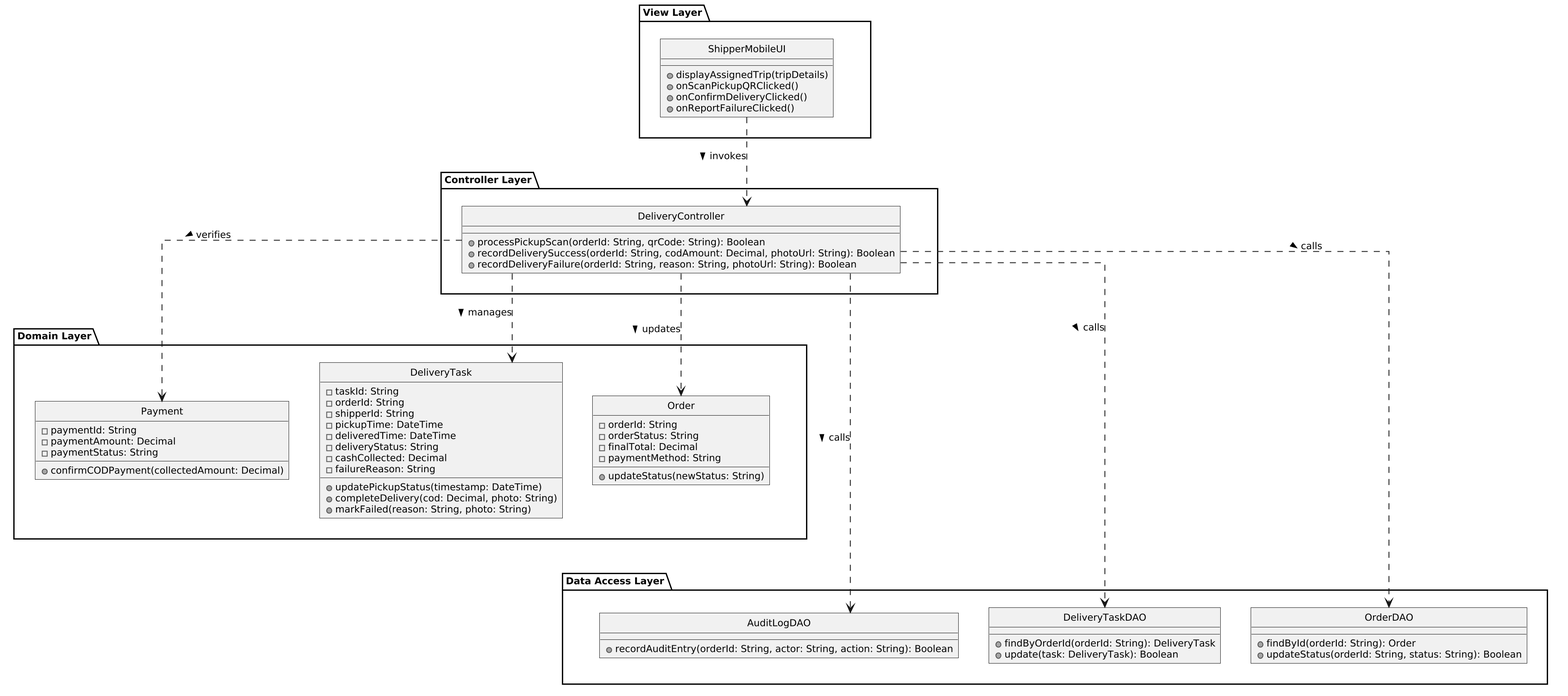
Earlier version of the PlantUML export Part_2/image_Tuu/UC10_3Layer_Design_Class.png (DoQuocTrung06/SaigonBite-RAD-TeamF10).
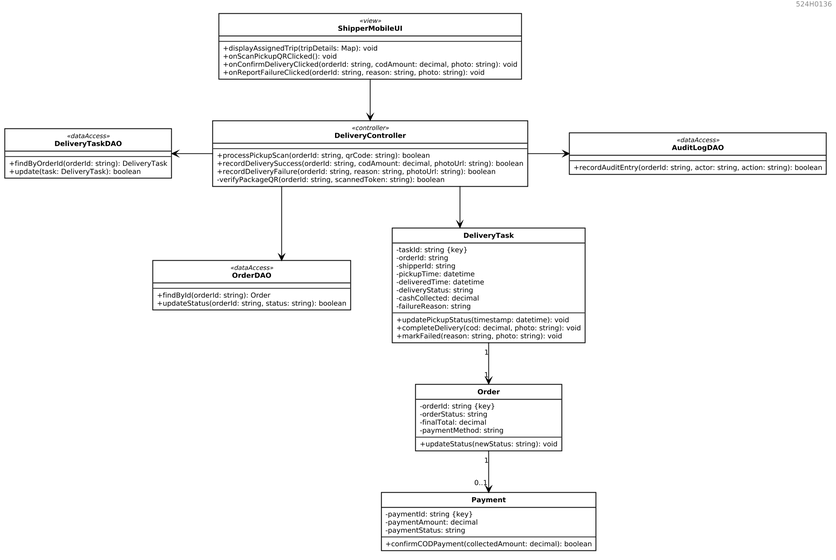
The same diagram one commit later.

Diff of the diagram source:
```diff
@@ -3,85 +3,106 @@
 skinparam shadowing false
 skinparam backgroundColor #FFFFFF
 skinparam defaultFontName Arial
-skinparam defaultFontSize 11
-skinparam roundCorner 0
-skinparam dpi 200
+skinparam defaultFontSize 10
+skinparam roundcorner 0
+skinparam dpi 160
+skinparam classAttributeIconSize 0
 skinparam linetype ortho
+skinparam nodesep 60
+skinparam ranksep 60
+
+skinparam ClassBackgroundColor #FFFFFF
+skinparam ClassBorderColor #000000
+skinparam ClassBorderThickness 1.2
+skinparam ClassFontColor #000000
+skinparam ClassFontSize 11
+skinparam ClassFontStyle bold
+skinparam ClassAttributeFontColor #000000
+skinparam ClassAttributeFontSize 10
+skinparam ClassStereotypeFontColor #000000
+skinparam ClassStereotypeFontSize 9
+
+skinparam ArrowColor #000000
+skinparam ArrowThickness 1.1
+skinparam ArrowFontColor #000000
+
 hide circle
+show members
+top to bottom direction
+right header 524H0136
 
-package "View Layer" {
-  class ShipperMobileUI {
-    + displayAssignedTrip(tripDetails)
-    + onScanPickupQRClicked()
-    + onConfirmDeliveryClicked()
-    + onReportFailureClicked()
-  }
+class ShipperMobileUI <<view>> {
+  --
+  +displayAssignedTrip(tripDetails: Map): void
+  +onScanPickupQRClicked(): void
+  +onConfirmDeliveryClicked(orderId: string, codAmount: decimal, photo: string): void
+  +onReportFailureClicked(orderId: string, reason: string, photo: string): void
 }
 
-package "Controller Layer" {
-  class DeliveryController {
-    + processPickupScan(orderId: String, qrCode: String): Boolean
-    + recordDeliverySuccess(orderId: String, codAmount: Decimal, photoUrl: String): Boolean
-    + recordDeliveryFailure(orderId: String, reason: String, photoUrl: String): Boolean
-  }
+class DeliveryController <<controller>> {
+  --
+  +processPickupScan(orderId: string, qrCode: string): boolean
+  +recordDeliverySuccess(orderId: string, codAmount: decimal, photoUrl: string): boolean
+  +recordDeliveryFailure(orderId: string, reason: string, photoUrl: string): boolean
+  -verifyPackageQR(orderId: string, scannedToken: string): boolean
 }
 
-package "Domain Layer" {
-  class DeliveryTask {
-    - taskId: String
-    - orderId: String
-    - shipperId: String
-    - pickupTime: DateTime
-    - deliveredTime: DateTime
-    - deliveryStatus: String
-    - cashCollected: Decimal
-    - failureReason: String
-    + updatePickupStatus(timestamp: DateTime)
-    + completeDelivery(cod: Decimal, photo: String)
-    + markFailed(reason: String, photo: String)
-  }
-
-  class Order {
-    - orderId: String
-    - orderStatus: String
-    - finalTotal: Decimal
-    - paymentMethod: String
-    + updateStatus(newStatus: String)
-  }
-
-  class Payment {
-    - paymentId: String
-    - paymentAmount: Decimal
-    - paymentStatus: String
-    + confirmCODPayment(collectedAmount: Decimal)
-  }
+class DeliveryTaskDAO <<dataAccess>> {
+  --
+  +findByOrderId(orderId: string): DeliveryTask
+  +update(task: DeliveryTask): boolean
 }
 
-package "Data Access Layer" {
-  class DeliveryTaskDAO {
-    + findByOrderId(orderId: String): DeliveryTask
-    + update(task: DeliveryTask): Boolean
-  }
-
-  class OrderDAO {
-    + findById(orderId: String): Order
-    + updateStatus(orderId: String, status: String): Boolean
-  }
-
-  class AuditLogDAO {
-    + recordAuditEntry(orderId: String, actor: String, action: String): Boolean
-  }
+class OrderDAO <<dataAccess>> {
+  --
+  +findById(orderId: string): Order
+  +updateStatus(orderId: string, status: string): boolean
 }
 
-"View Layer" -[hidden]down-> "Controller Layer"
-"Controller Layer" -[hidden]down-> "Domain Layer"
-"Domain Layer" -[hidden]down-> "Data Access Layer"
+class AuditLogDAO <<dataAccess>> {
+  --
+  +recordAuditEntry(orderId: string, actor: string, action: string): boolean
+}
 
-ShipperMobileUI ..> DeliveryController : invokes >
-DeliveryController ..> DeliveryTask : manages >
-DeliveryController ..> Order : updates >
-DeliveryController ..> Payment : verifies >
-DeliveryController ..> DeliveryTaskDAO : calls >
-DeliveryController ..> OrderDAO : calls >
-DeliveryController ..> AuditLogDAO : calls >
+class DeliveryTask {
+  -taskId: string {key}
+  -orderId: string
+  -shipperId: string
+  -pickupTime: datetime
+  -deliveredTime: datetime
+  -deliveryStatus: string
+  -cashCollected: decimal
+  -failureReason: string
+  --
+  +updatePickupStatus(timestamp: datetime): void
+  +completeDelivery(cod: decimal, photo: string): void
+  +markFailed(reason: string, photo: string): void
+}
+
+class Order {
+  -orderId: string {key}
+  -orderStatus: string
+  -finalTotal: decimal
+  -paymentMethod: string
+  --
+  +updateStatus(newStatus: string): void
+}
+
+class Payment {
+  -paymentId: string {key}
+  -paymentAmount: decimal
+  -paymentStatus: string
+  --
+  +confirmCODPayment(collectedAmount: decimal): boolean
+}
+
+ShipperMobileUI -down-> DeliveryController
+
+DeliveryController -left-> DeliveryTaskDAO
+DeliveryController -right-> AuditLogDAO
+DeliveryController -down-> OrderDAO
+
+DeliveryController -down-> DeliveryTask
+DeliveryTask "1" --> "1" Order
+Order "1" --> "0..1" Payment
 @enduml
```
